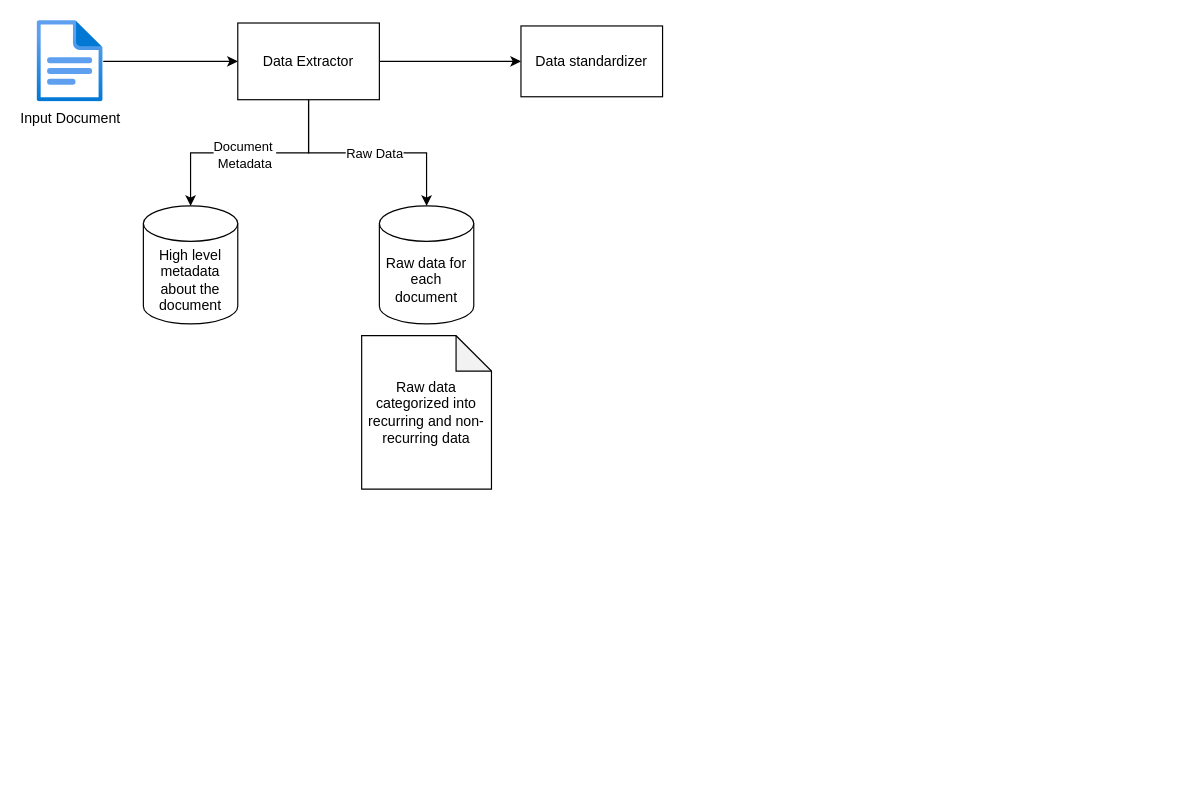
Amirtha1996/Embedding_VectorDB keeps this draw.io diagram as Untitled Diagram.drawio. Above is the earlier version. Source tidied: cells renumbered, new cells numbered last; positions are measured from the earlier drawing's top-left corner, leaving out a move shared by most shapes. Both pictures are drawn from the tidied source at 118%, with x=0, y=0 at pixel (37, 20).
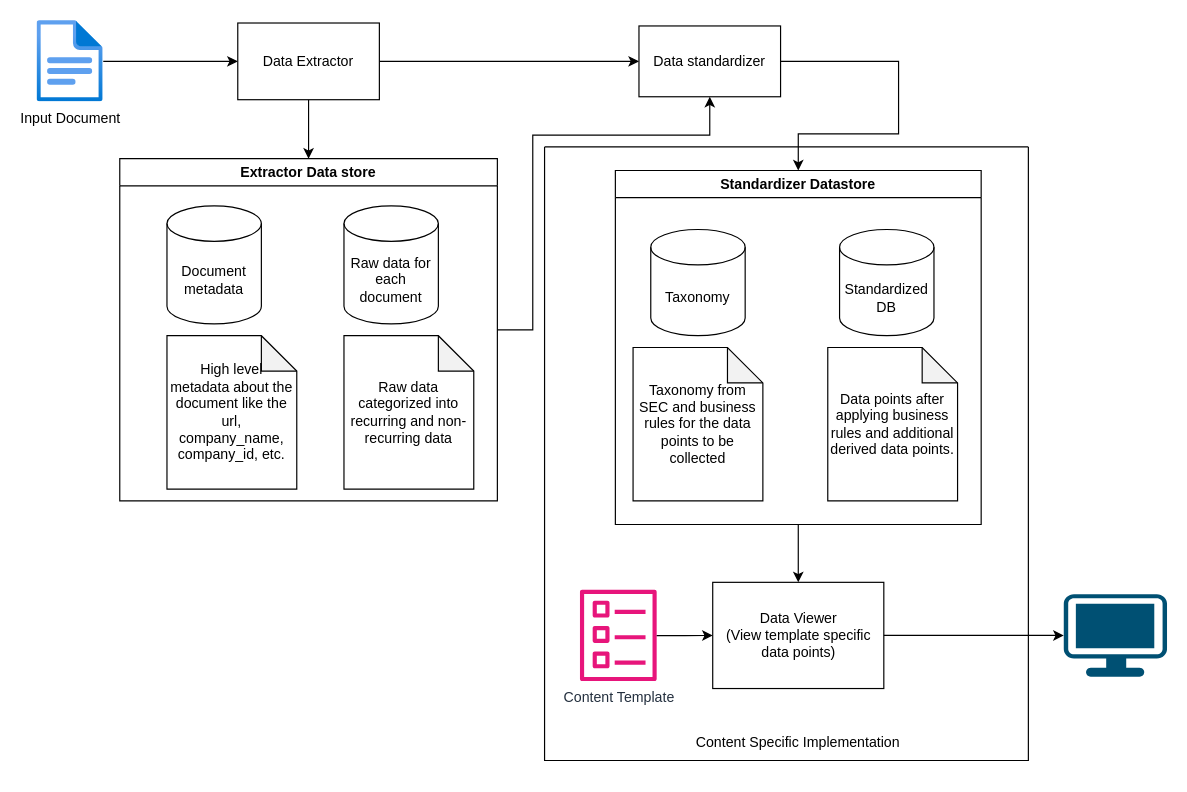
The same page after the edit.

The change refers to these unchanged cells:
```xml
<mxCell id="7" value="Data Extractor" style="rounded=0;whiteSpace=wrap;html=1;" parent="1" vertex="1">
  <mxGeometry x="170" y="2" width="120" height="65" as="geometry" />
</mxCell>
```

Diff of the diagram source:
```diff
@@
+    <mxCell id="14" style="swimlane;startSize=0;" parent="1" vertex="1">
+      <mxGeometry x="430" y="107" width="410" height="520" as="geometry" />
+    </mxCell>
+    <mxCell id="15" value="Data Viewer&lt;br&gt;(View template specific data points)" style="rounded=0;whiteSpace=wrap;html=1;" parent="14" vertex="1">
+      <mxGeometry x="142.5" y="369" width="145" height="90" as="geometry" />
+    </mxCell>
+    <mxCell id="16" value="Content Template&lt;br&gt;" style="sketch=0;outlineConnect=0;fontColor=#232F3E;gradientColor=none;fillColor=#E7157B;strokeColor=none;dashed=0;verticalLabelPosition=bottom;verticalAlign=top;align=center;html=1;fontSize=12;fontStyle=0;shape=mxgraph.aws4.template;" parent="14" vertex="1">
+      <mxGeometry x="30" y="375" width="65" height="78" as="geometry" />
+    </mxCell>
+    <mxCell id="17" style="edgeStyle=orthogonalEdgeStyle;rounded=0;jettySize=auto;html=1;entryX=0;entryY=0.5;entryDx=0;entryDy=0;" parent="14" edge="1" source="16" target="15">
+      <mxGeometry relative="1" as="geometry" />
+    </mxCell>
+    <mxCell id="18" value="Content Specific Implementation" style="text;strokeColor=none;align=center;fillColor=none;html=1;verticalAlign=middle;whiteSpace=wrap;rounded=0;" parent="14" vertex="1">
+      <mxGeometry x="95" y="480" width="240" height="50" as="geometry" />
+    </mxCell>
@@
-    <mxCell id="4" style="edgeStyle=orthogonalEdgeStyle;rounded=0;jettySize=auto;html=1;" parent="1" edge="1" source="7" target="11">
-      <mxGeometry relative="1" as="geometry" />
-    </mxCell>
-    <mxCell id="5" value="Document&amp;nbsp;&lt;br&gt;Metadata" style="edgeLabel;html=1;align=center;verticalAlign=middle;" parent="4" vertex="1">
-      <mxGeometry x="0.13" y="1" relative="1" as="geometry">
-        <mxPoint x="7" as="offset" />
-      </mxGeometry>
-    </mxCell>
@@
+    <mxCell id="19" style="edgeStyle=orthogonalEdgeStyle;rounded=0;jettySize=auto;html=1;exitX=0.5;exitY=1;exitDx=0;exitDy=0;" parent="1" edge="1" source="7" target="22">
+      <mxGeometry relative="1" as="geometry" />
+    </mxCell>
@@
+    <mxCell id="20" style="edgeStyle=orthogonalEdgeStyle;rounded=0;jettySize=auto;html=1;exitX=1;exitY=0.5;exitDx=0;exitDy=0;" parent="1" edge="1" source="12" target="24">
+      <mxGeometry relative="1" as="geometry">
+        <Array as="points">
+          <mxPoint x="730" y="34" />
+          <mxPoint x="730" y="96" />
+          <mxPoint x="645" y="96" />
+        </Array>
+      </mxGeometry>
+    </mxCell>
+    <mxCell id="12" value="Data standardizer" style="rounded=0;whiteSpace=wrap;html=1;" parent="1" vertex="1">
+      <mxGeometry x="510" y="4.5" width="120" height="60" as="geometry" />
+    </mxCell>
+    <mxCell id="21" style="edgeStyle=orthogonalEdgeStyle;rounded=0;jettySize=auto;html=1;exitX=1;exitY=0.5;exitDx=0;exitDy=0;entryX=0.5;entryY=1;entryDx=0;entryDy=0;" parent="1" edge="1" source="22" target="12">
+      <mxGeometry relative="1" as="geometry">
+        <Array as="points">
+          <mxPoint x="420" y="262" />
+          <mxPoint x="420" y="97" />
+          <mxPoint x="570" y="97" />
+        </Array>
+      </mxGeometry>
+    </mxCell>
+    <mxCell id="22" value="Extractor Data store" style="swimlane;whiteSpace=wrap;html=1;" parent="1" vertex="1">
+      <mxGeometry x="70" y="117" width="320" height="290" as="geometry" />
+    </mxCell>
-    <mxCell id="8" value="Raw data for each document" style="shape=cylinder3;whiteSpace=wrap;html=1;boundedLbl=1;backgroundOutline=1;size=15;" parent="1" vertex="1">
-      <mxGeometry x="290" y="157" width="80" height="100" as="geometry" />
+    <mxCell id="8" value="Raw data for each document" style="shape=cylinder3;whiteSpace=wrap;html=1;boundedLbl=1;backgroundOutline=1;size=15;" parent="22" vertex="1">
+      <mxGeometry x="190" y="40" width="80" height="100" as="geometry" />
     </mxCell>
-    <mxCell id="9" style="edgeStyle=orthogonalEdgeStyle;rounded=0;jettySize=auto;html=1;exitX=0.5;exitY=1;exitDx=0;exitDy=0;entryX=0.5;entryY=0;entryDx=0;entryDy=0;entryPerimeter=0;" parent="1" edge="1" source="7" target="8">
-      <mxGeometry relative="1" as="geometry" />
-    </mxCell>
-    <mxCell id="10" value="Raw Data" style="edgeLabel;html=1;align=center;verticalAlign=middle;" parent="9" vertex="1">
-      <mxGeometry x="-0.14" relative="1" as="geometry">
-        <mxPoint x="18" as="offset" />
-      </mxGeometry>
-    </mxCell>
+    <mxCell id="13" value="Raw data categorized into recurring and non-recurring data" style="shape=note;whiteSpace=wrap;html=1;backgroundOutline=1;darkOpacity=0.05;" parent="22" vertex="1">
+      <mxGeometry x="190" y="150" width="110" height="130" as="geometry" />
+    </mxCell>
+    <mxCell id="23" value="High level &lt;br&gt;metadata about the document like the url, company_name, company_id, etc." style="shape=note;whiteSpace=wrap;html=1;backgroundOutline=1;darkOpacity=0.05;" parent="22" vertex="1">
+      <mxGeometry x="40" y="150" width="110" height="130" as="geometry" />
+    </mxCell>
-    <mxCell id="11" value="High level metadata about the document" style="shape=cylinder3;whiteSpace=wrap;html=1;boundedLbl=1;backgroundOutline=1;size=15;" parent="1" vertex="1">
-      <mxGeometry x="90" y="157" width="80" height="100" as="geometry" />
+    <mxCell id="11" value="Document metadata" style="shape=cylinder3;whiteSpace=wrap;html=1;boundedLbl=1;backgroundOutline=1;size=15;" parent="22" vertex="1">
+      <mxGeometry x="40" y="40" width="80" height="100" as="geometry" />
     </mxCell>
-    <mxCell id="12" value="Data standardizer" style="rounded=0;whiteSpace=wrap;html=1;" parent="1" vertex="1">
-      <mxGeometry x="410" y="4.5" width="120" height="60" as="geometry" />
-    </mxCell>
-    <mxCell id="13" value="Raw data categorized into recurring and non-recurring data" style="shape=note;whiteSpace=wrap;html=1;backgroundOutline=1;darkOpacity=0.05;" parent="1" vertex="1">
-      <mxGeometry x="275" y="267" width="110" height="130" as="geometry" />
-    </mxCell>
+    <mxCell id="24" value="Standardizer Datastore" style="swimlane;whiteSpace=wrap;html=1;" parent="1" vertex="1">
+      <mxGeometry x="490" y="127" width="310" height="300" as="geometry" />
+    </mxCell>
+    <mxCell id="25" value="Taxonomy" style="shape=cylinder3;whiteSpace=wrap;html=1;boundedLbl=1;backgroundOutline=1;size=15;" parent="24" vertex="1">
+      <mxGeometry x="30" y="50" width="80" height="90" as="geometry" />
+    </mxCell>
+    <mxCell id="26" value="Standardized DB" style="shape=cylinder3;whiteSpace=wrap;html=1;boundedLbl=1;backgroundOutline=1;size=15;" parent="24" vertex="1">
+      <mxGeometry x="190" y="50" width="80" height="90" as="geometry" />
+    </mxCell>
+    <mxCell id="27" value="Taxonomy from SEC and business rules for the data points to be collected" style="shape=note;whiteSpace=wrap;html=1;backgroundOutline=1;darkOpacity=0.05;" parent="24" vertex="1">
+      <mxGeometry x="15" y="150" width="110" height="130" as="geometry" />
+    </mxCell>
+    <mxCell id="28" value="Data points after applying business rules and additional derived data points." style="shape=note;whiteSpace=wrap;html=1;backgroundOutline=1;darkOpacity=0.05;" parent="24" vertex="1">
+      <mxGeometry x="180" y="150" width="110" height="130" as="geometry" />
+    </mxCell>
+    <mxCell id="29" style="edgeStyle=orthogonalEdgeStyle;rounded=0;jettySize=auto;html=1;exitX=1;exitY=0.5;exitDx=0;exitDy=0;" parent="1" edge="1" source="15" target="30">
+      <mxGeometry relative="1" as="geometry" />
+    </mxCell>
+    <mxCell id="30" style="points=[[0.03,0.03,0],[0.5,0,0],[0.97,0.03,0],[1,0.4,0],[0.97,0.745,0],[0.5,1,0],[0.03,0.745,0],[0,0.4,0]];verticalLabelPosition=bottom;sketch=0;html=1;verticalAlign=top;align=center;shape=mxgraph.cisco19.workstation;fillColor=#005073;strokeColor=none;" parent="1" vertex="1">
+      <mxGeometry x="870" y="486" width="87.5" height="70" as="geometry" />
+    </mxCell>
+    <mxCell id="31" style="edgeStyle=orthogonalEdgeStyle;rounded=0;jettySize=auto;html=1;exitX=0.5;exitY=1;exitDx=0;exitDy=0;entryX=0.5;entryY=0;entryDx=0;entryDy=0;" parent="1" edge="1" source="24" target="15">
+      <mxGeometry relative="1" as="geometry" />
+    </mxCell>
```
